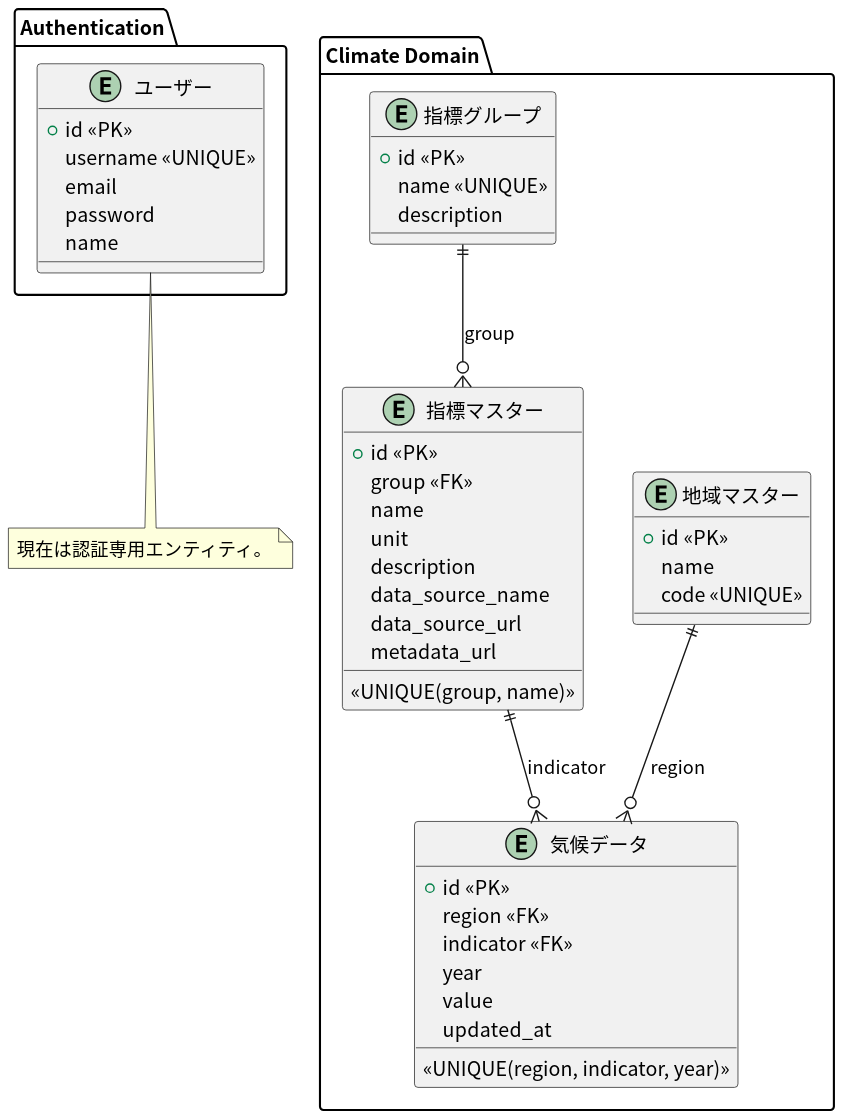
tomoki-shiozaki/vizshare keeps this PlantUML diagram as docs/er/er/er.svg. Above is the earlier version.
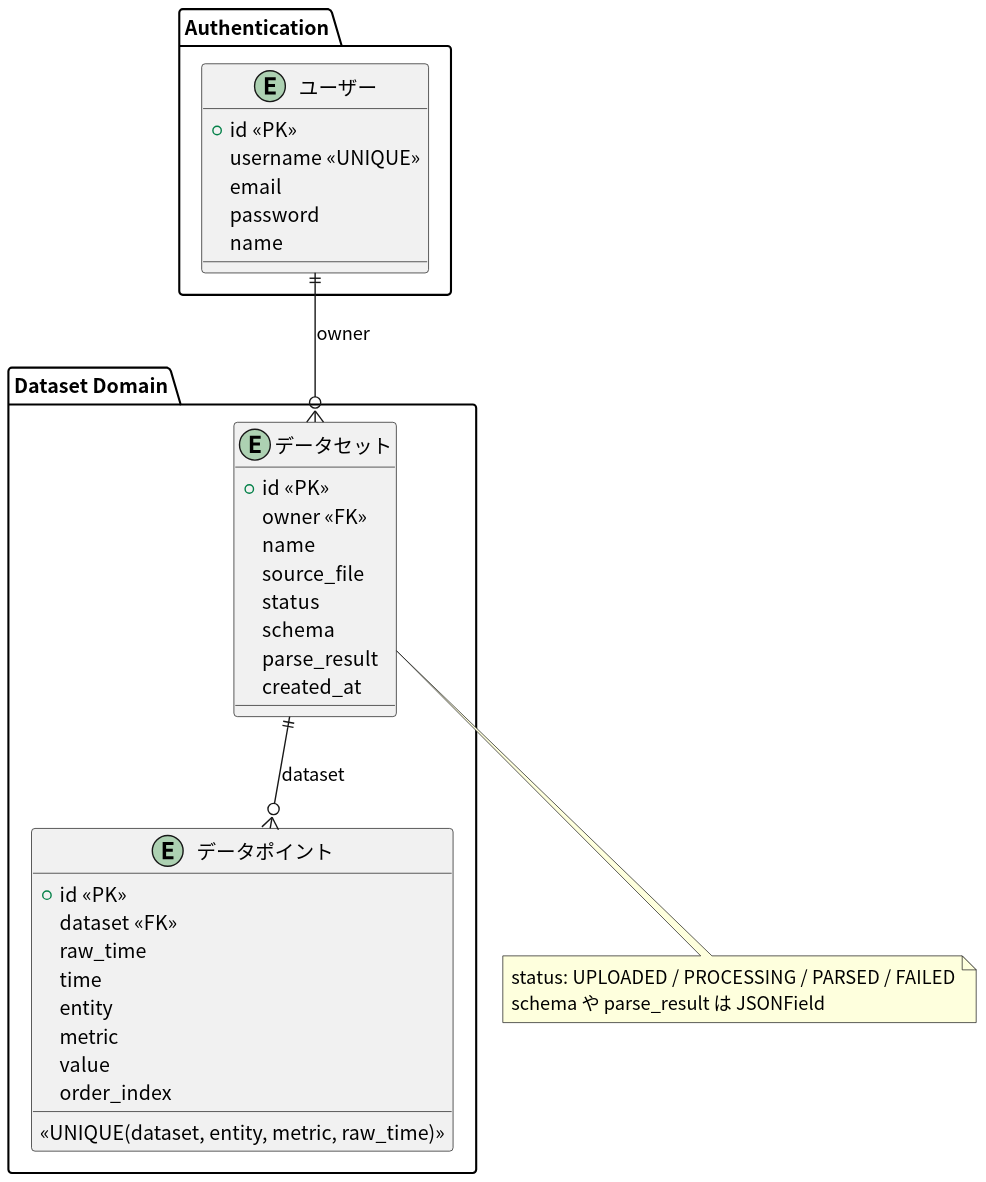
After the commit.

Diff of the diagram source:
```diff
@@ -11,49 +11,37 @@
   }
 }
 
-package "Climate Domain" {
+package "Dataset Domain" {
 
-  entity "地域マスター" as Region {
+  entity "データセット" as Dataset {
     +id <<PK>>
+    owner <<FK>>
     name
-    code <<UNIQUE>>
+    source_file
+    status
+    schema
+    parse_result
+    created_at
   }
 
-  entity "指標グループ" as IndicatorGroup {
+  entity "データポイント" as DataPoint {
     +id <<PK>>
-    name <<UNIQUE>>
-    description
+    dataset <<FK>>
+    raw_time
+    time
+    entity
+    metric
+    value
+    order_index
+    <<UNIQUE(dataset, entity, metric, raw_time)>>
   }
 
-  entity "指標マスター" as Indicator {
-    +id <<PK>>
-    group <<FK>>
-    name
-    unit
-    description
-    data_source_name
-    data_source_url
-    metadata_url
-    <<UNIQUE(group, name)>>
-  }
-
-  entity "気候データ" as ClimateData {
-    +id <<PK>>
-    region <<FK>>
-    indicator <<FK>>
-    year
-    value
-    updated_at
-    <<UNIQUE(region, indicator, year)>>
-  }
-
-  IndicatorGroup ||--o{ Indicator : group
-
-  Region ||--o{ ClimateData : region
-  Indicator ||--o{ ClimateData : indicator
+  User ||--o{ Dataset : owner
+  Dataset ||--o{ DataPoint : dataset
 }
 
-note bottom of User
-現在は認証専用エンティティ。
+note bottom of Dataset
+status: UPLOADED / PROCESSING / PARSED / FAILED
+schema や parse_result は JSONField
 end note
 @enduml
```
